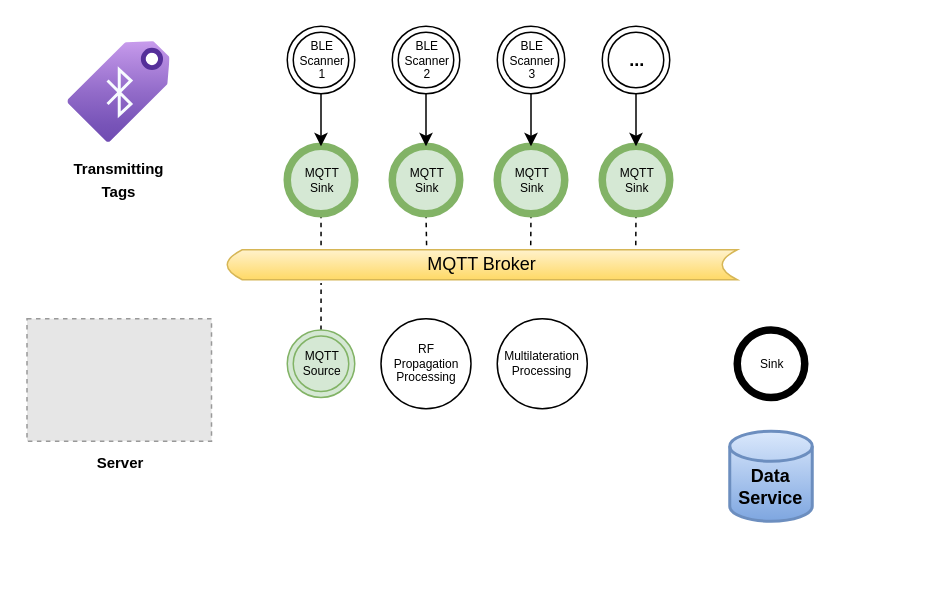
Above: page "Page-1" (1 of 3) of slides/fosdem2022/images/example.drawio in OpenHPS/openhps.org (draw.io), before the change. Source tidied: cells renumbered, new cells numbered last; positions are measured from the earlier drawing's top-left corner, leaving out a move shared by most shapes. Both pictures are drawn from the tidied source at 150%, with x=0, y=0 at pixel (27, 26). Pictures stored in the file or linked from it are replaced by grey dashed boxes.
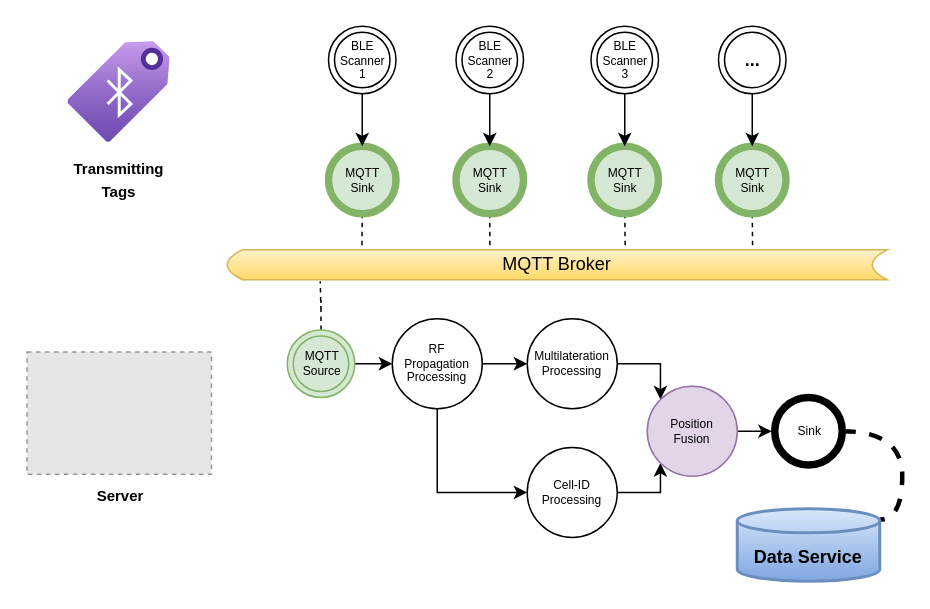
The same diagram, later.

Unchanged cells that the change refers to:
```xml
<mxCell id="3" value="MQTT&lt;br&gt;Source" style="ellipse;shape=doubleEllipse;html=1;dashed=0;whitespace=wrap;fontSize=8;fillColor=#d5e8d4;strokeColor=#82b366;" parent="1" vertex="1">
  <mxGeometry x="173" y="202.5" width="45" height="45" as="geometry" />
</mxCell>
```

Diff of the diagram source:
```diff
@@
-    <mxCell id="2" style="edgeStyle=orthogonalEdgeStyle;rounded=0;jettySize=auto;html=1;exitX=0.5;exitY=0;exitDx=0;exitDy=0;entryX=0.184;entryY=1.111;entryDx=0;entryDy=0;entryPerimeter=0;dashed=1;endArrow=none;endFill=0;" parent="1" edge="1" source="3" target="22">
-      <mxGeometry relative="1" as="geometry" />
-    </mxCell>
+    <mxCell id="30" style="edgeStyle=orthogonalEdgeStyle;rounded=0;jettySize=auto;html=1;entryX=0;entryY=0.5;entryDx=0;entryDy=0;" parent="1" edge="1" source="3" target="23">
+      <mxGeometry relative="1" as="geometry" />
+    </mxCell>
+    <mxCell id="31" style="edgeStyle=orthogonalEdgeStyle;rounded=0;jettySize=auto;html=1;dashed=1;startArrow=none;startFill=0;endArrow=none;endFill=0;strokeWidth=1;" parent="1" edge="1" source="3">
+      <mxGeometry relative="1" as="geometry">
+        <mxPoint x="195" y="170" as="targetPoint" />
+      </mxGeometry>
+    </mxCell>
@@
+    <mxCell id="32" style="edgeStyle=orthogonalEdgeStyle;rounded=0;jettySize=auto;html=1;entryX=1;entryY=0.15;entryDx=0;entryDy=0;entryPerimeter=0;dashed=1;startArrow=none;startFill=0;endArrow=none;endFill=0;strokeWidth=3;curved=1;" parent="1" edge="1" source="4" target="26">
+      <mxGeometry relative="1" as="geometry">
+        <Array as="points">
+          <mxPoint x="583" y="270" />
+          <mxPoint x="583" y="329" />
+        </Array>
+      </mxGeometry>
+    </mxCell>
     <mxCell id="4" value="Sink" style="shape=ellipse;html=1;dashed=0;whitespace=wrap;strokeWidth=5;perimeter=ellipsePerimeter;fontSize=8;" parent="1" vertex="1">
-      <mxGeometry x="473" y="202.5" width="45" height="45" as="geometry" />
+      <mxGeometry x="498" y="247.5" width="45" height="45" as="geometry" />
     </mxCell>
     <mxCell id="5" value="BLE&lt;br&gt;Scanner&lt;br&gt;1" style="ellipse;shape=doubleEllipse;html=1;dashed=0;whitespace=wrap;fontSize=8;" parent="1" vertex="1">
-      <mxGeometry x="173" width="45" height="45" as="geometry" />
+      <mxGeometry x="200.5" width="45" height="45" as="geometry" />
     </mxCell>
+    <mxCell id="33" style="edgeStyle=orthogonalEdgeStyle;rounded=0;jettySize=auto;html=1;entryX=0;entryY=0;entryDx=0;entryDy=0;startArrow=none;startFill=0;endArrow=classic;endFill=1;strokeWidth=1;" parent="1" edge="1" source="6" target="39">
+      <mxGeometry relative="1" as="geometry">
+        <Array as="points">
+          <mxPoint x="422" y="225" />
+        </Array>
+      </mxGeometry>
+    </mxCell>
     <mxCell id="6" value="&lt;font style=&quot;font-size: 8px&quot;&gt;Multilateration&lt;br&gt;Processing&lt;br style=&quot;font-size: 8px&quot;&gt;&lt;/font&gt;" style="ellipse;whiteSpace=wrap;html=1;fontSize=8;" parent="1" vertex="1">
-      <mxGeometry x="313" y="195" width="60" height="60" as="geometry" />
+      <mxGeometry x="333" y="195" width="60" height="60" as="geometry" />
     </mxCell>
-    <mxCell id="7" style="edgeStyle=orthogonalEdgeStyle;rounded=0;jettySize=auto;html=1;exitX=0.5;exitY=1;exitDx=0;exitDy=0;entryX=0.184;entryY=0.049;entryDx=0;entryDy=0;entryPerimeter=0;endArrow=none;endFill=0;dashed=1;" parent="1" edge="1" source="8" target="22">
+    <mxCell id="7" style="edgeStyle=orthogonalEdgeStyle;rounded=0;jettySize=auto;html=1;exitX=0.5;exitY=1;exitDx=0;exitDy=0;entryX=0.204;entryY=0.052;entryDx=0;entryDy=0;entryPerimeter=0;startArrow=none;startFill=0;endArrow=none;endFill=0;strokeWidth=1;dashed=1;" parent="1" edge="1" source="8" target="22">
       <mxGeometry relative="1" as="geometry" />
     </mxCell>
     <mxCell id="8" value="MQTT&lt;br&gt;Sink" style="shape=ellipse;html=1;dashed=0;whitespace=wrap;strokeWidth=5;perimeter=ellipsePerimeter;fontSize=8;fillColor=#d5e8d4;strokeColor=#82b366;" parent="1" vertex="1">
-      <mxGeometry x="173" y="80" width="45" height="45" as="geometry" />
+      <mxGeometry x="200.5" y="80" width="45" height="45" as="geometry" />
     </mxCell>
     <mxCell id="9" value="BLE&lt;br&gt;Scanner&lt;br&gt;2" style="ellipse;shape=doubleEllipse;html=1;dashed=0;whitespace=wrap;fontSize=8;" parent="1" vertex="1">
-      <mxGeometry x="243" width="45" height="45" as="geometry" />
+      <mxGeometry x="285.5" width="45" height="45" as="geometry" />
     </mxCell>
     <mxCell id="10" value="BLE&lt;br&gt;Scanner&lt;br&gt;3" style="ellipse;shape=doubleEllipse;html=1;dashed=0;whitespace=wrap;fontSize=8;" parent="1" vertex="1">
-      <mxGeometry x="313" width="45" height="45" as="geometry" />
+      <mxGeometry x="375.5" width="45" height="45" as="geometry" />
     </mxCell>
     <mxCell id="11" value="&lt;b&gt;&lt;font style=&quot;font-size: 12px&quot;&gt;...&lt;/font&gt;&lt;/b&gt;" style="ellipse;shape=doubleEllipse;html=1;dashed=0;whitespace=wrap;fontSize=8;" parent="1" vertex="1">
-      <mxGeometry x="383" width="45" height="45" as="geometry" />
+      <mxGeometry x="460.5" width="45" height="45" as="geometry" />
     </mxCell>
-    <mxCell id="12" style="edgeStyle=orthogonalEdgeStyle;rounded=0;jettySize=auto;html=1;exitX=0.5;exitY=1;exitDx=0;exitDy=0;entryX=0.391;entryY=-0.008;entryDx=0;entryDy=0;entryPerimeter=0;dashed=1;endArrow=none;endFill=0;" parent="1" edge="1" source="13" target="22">
+    <mxCell id="12" style="edgeStyle=orthogonalEdgeStyle;rounded=0;jettySize=auto;html=1;exitX=0.5;exitY=1;exitDx=0;exitDy=0;entryX=0.398;entryY=0.006;entryDx=0;entryDy=0;entryPerimeter=0;dashed=1;startArrow=none;startFill=0;endArrow=none;endFill=0;strokeWidth=1;" parent="1" edge="1" source="13" target="22">
       <mxGeometry relative="1" as="geometry" />
     </mxCell>
     <mxCell id="13" value="MQTT&lt;br&gt;Sink" style="shape=ellipse;html=1;dashed=0;whitespace=wrap;strokeWidth=5;perimeter=ellipsePerimeter;fontSize=8;fillColor=#d5e8d4;strokeColor=#82b366;" parent="1" vertex="1">
-      <mxGeometry x="243" y="80" width="45" height="45" as="geometry" />
+      <mxGeometry x="285.5" y="80" width="45" height="45" as="geometry" />
     </mxCell>
-    <mxCell id="14" style="edgeStyle=orthogonalEdgeStyle;rounded=0;jettySize=auto;html=1;exitX=0.5;exitY=1;exitDx=0;exitDy=0;entryX=0.595;entryY=-0.064;entryDx=0;entryDy=0;entryPerimeter=0;dashed=1;endArrow=none;endFill=0;" parent="1" edge="1" source="15" target="22">
+    <mxCell id="14" style="edgeStyle=orthogonalEdgeStyle;rounded=0;jettySize=auto;html=1;exitX=0.5;exitY=1;exitDx=0;exitDy=0;entryX=0.603;entryY=-0.029;entryDx=0;entryDy=0;entryPerimeter=0;dashed=1;startArrow=none;startFill=0;endArrow=none;endFill=0;strokeWidth=1;" parent="1" edge="1" source="15" target="22">
       <mxGeometry relative="1" as="geometry" />
     </mxCell>
     <mxCell id="15" value="MQTT&lt;br&gt;Sink" style="shape=ellipse;html=1;dashed=0;whitespace=wrap;strokeWidth=5;perimeter=ellipsePerimeter;fontSize=8;fillColor=#d5e8d4;strokeColor=#82b366;" parent="1" vertex="1">
-      <mxGeometry x="313" y="80" width="45" height="45" as="geometry" />
+      <mxGeometry x="375.5" y="80" width="45" height="45" as="geometry" />
     </mxCell>
-    <mxCell id="16" style="edgeStyle=orthogonalEdgeStyle;rounded=0;jettySize=auto;html=1;exitX=0.5;exitY=1;exitDx=0;exitDy=0;entryX=0.801;entryY=-0.104;entryDx=0;entryDy=0;entryPerimeter=0;dashed=1;endArrow=none;endFill=0;" parent="1" edge="1" source="17" target="22">
+    <mxCell id="16" style="edgeStyle=orthogonalEdgeStyle;rounded=0;jettySize=auto;html=1;exitX=0.5;exitY=1;exitDx=0;exitDy=0;entryX=0.796;entryY=-0.087;entryDx=0;entryDy=0;entryPerimeter=0;dashed=1;startArrow=none;startFill=0;endArrow=none;endFill=0;strokeWidth=1;" parent="1" edge="1" source="17" target="22">
       <mxGeometry relative="1" as="geometry" />
     </mxCell>
     <mxCell id="17" value="MQTT&lt;br&gt;Sink" style="shape=ellipse;html=1;dashed=0;whitespace=wrap;strokeWidth=5;perimeter=ellipsePerimeter;fontSize=8;fillColor=#d5e8d4;strokeColor=#82b366;" parent="1" vertex="1">
-      <mxGeometry x="383" y="80" width="45" height="45" as="geometry" />
+      <mxGeometry x="460.5" y="80" width="45" height="45" as="geometry" />
     </mxCell>
@@
     <mxCell id="22" value="MQTT Broker" style="shape=dataStorage;whiteSpace=wrap;html=1;fixedSize=1;size=10;gradientColor=#ffd966;fillColor=#fff2cc;strokeColor=#d6b656;" parent="1" vertex="1">
-      <mxGeometry x="133" y="149" width="340" height="20" as="geometry" />
+      <mxGeometry x="133" y="149" width="440" height="20" as="geometry" />
     </mxCell>
+    <mxCell id="34" style="edgeStyle=orthogonalEdgeStyle;rounded=0;jettySize=auto;html=1;exitX=1;exitY=0.5;exitDx=0;exitDy=0;entryX=0;entryY=0.5;entryDx=0;entryDy=0;" parent="1" edge="1" source="23" target="6">
+      <mxGeometry relative="1" as="geometry" />
+    </mxCell>
+    <mxCell id="35" style="edgeStyle=orthogonalEdgeStyle;rounded=0;jettySize=auto;html=1;exitX=0.5;exitY=1;exitDx=0;exitDy=0;entryX=0;entryY=0.5;entryDx=0;entryDy=0;endArrow=classic;endFill=1;strokeWidth=1;" parent="1" edge="1" source="23" target="37">
+      <mxGeometry relative="1" as="geometry" />
+    </mxCell>
     <mxCell id="23" value="&lt;font style=&quot;font-size: 8px&quot;&gt;RF&lt;br&gt;Propagation&lt;br&gt;Processing&lt;br style=&quot;font-size: 8px&quot;&gt;&lt;/font&gt;" style="ellipse;whiteSpace=wrap;html=1;fontSize=8;" parent="1" vertex="1">
-      <mxGeometry x="235.5" y="195" width="60" height="60" as="geometry" />
+      <mxGeometry x="243" y="195" width="60" height="60" as="geometry" />
     </mxCell>
     <mxCell id="24" style="fillColor=#E6E6E6;strokeColor=#999999;dashed=1;" parent="1" vertex="1">
-      <mxGeometry x="-0.5" y="195" width="123" height="81.6" as="geometry" />
+      <mxGeometry x="-0.5" y="217.1" width="123" height="81.6" as="geometry" />
     </mxCell>
     <mxCell id="25" value="&lt;b&gt;&lt;font style=&quot;font-size: 10px&quot;&gt;Server&lt;/font&gt;&lt;/b&gt;" style="text;html=1;strokeColor=none;fillColor=none;align=center;verticalAlign=middle;whiteSpace=wrap;rounded=0;" parent="1" vertex="1">
-      <mxGeometry x="31.5" y="280.8" width="60" height="20" as="geometry" />
+      <mxGeometry x="31.5" y="302.9" width="60" height="20" as="geometry" />
     </mxCell>
-    <mxCell id="26" value="&lt;br&gt;Data&lt;br&gt;Service" style="strokeWidth=2;html=1;shape=mxgraph.flowchart.database;whiteSpace=wrap;gradientColor=#7ea6e0;fillColor=#dae8fc;strokeColor=#6c8ebf;fontStyle=1;" parent="1" vertex="1">
-      <mxGeometry x="468" y="270" width="55" height="60" as="geometry" />
+    <mxCell id="26" value="&lt;br&gt;Data Service" style="strokeWidth=2;html=1;shape=mxgraph.flowchart.database;whiteSpace=wrap;gradientColor=#7ea6e0;fillColor=#dae8fc;strokeColor=#6c8ebf;fontStyle=1;" parent="1" vertex="1">
+      <mxGeometry x="473" y="321.6" width="95" height="48.4" as="geometry" />
     </mxCell>
@@
+    <mxCell id="36" style="edgeStyle=orthogonalEdgeStyle;rounded=0;jettySize=auto;html=1;entryX=0;entryY=1;entryDx=0;entryDy=0;startArrow=none;startFill=0;endArrow=classic;endFill=1;strokeWidth=1;" parent="1" edge="1" source="37" target="39">
+      <mxGeometry relative="1" as="geometry">
+        <Array as="points">
+          <mxPoint x="422" y="311" />
+        </Array>
+      </mxGeometry>
+    </mxCell>
+    <mxCell id="37" value="&lt;font style=&quot;font-size: 8px&quot;&gt;Cell-ID&lt;br&gt;Processing&lt;br style=&quot;font-size: 8px&quot;&gt;&lt;/font&gt;" style="ellipse;whiteSpace=wrap;html=1;fontSize=8;" parent="1" vertex="1">
+      <mxGeometry x="333" y="280.8" width="60" height="60" as="geometry" />
+    </mxCell>
+    <mxCell id="38" style="edgeStyle=orthogonalEdgeStyle;rounded=0;orthogonalLoop=1;jettySize=auto;html=1;startArrow=none;startFill=0;endArrow=classic;endFill=1;strokeWidth=1;" parent="1" edge="1">
+      <mxGeometry relative="1" as="geometry">
+        <mxPoint x="471" y="270" as="sourcePoint" />
+        <mxPoint x="496" y="270" as="targetPoint" />
+      </mxGeometry>
+    </mxCell>
+    <mxCell id="39" value="&lt;font style=&quot;font-size: 8px&quot;&gt;Position&lt;br&gt;Fusion&lt;br style=&quot;font-size: 8px&quot;&gt;&lt;/font&gt;" style="ellipse;whiteSpace=wrap;html=1;fontSize=8;fillColor=#e1d5e7;strokeColor=#9673a6;" parent="1" vertex="1">
+      <mxGeometry x="413" y="240" width="60" height="60" as="geometry" />
+    </mxCell>
```
